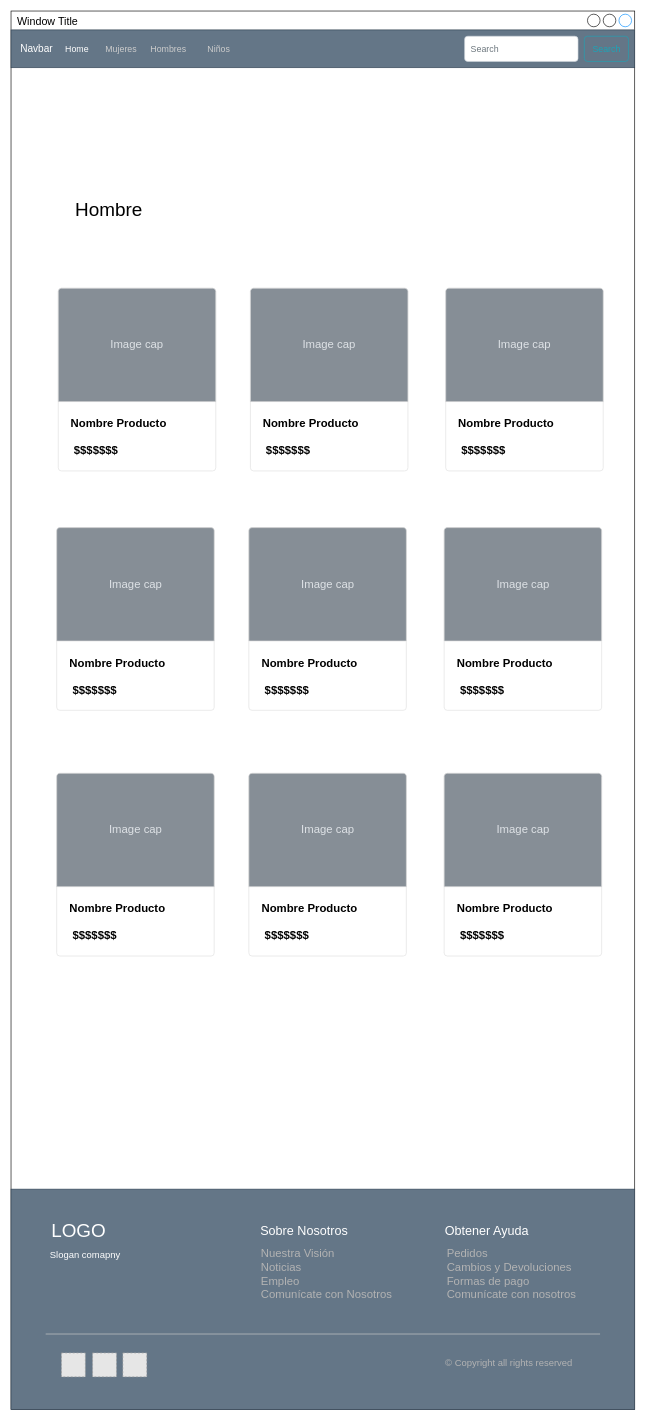
Before: Untitled Diagram.drawio in Drakeout/proyecto-grupo-Hellmanns, a draw.io diagram. Source tidied: cells renumbered, new cells numbered last; positions are measured from the earlier drawing's top-left corner, leaving out a move shared by most shapes. Both pictures are drawn from the tidied source at 63%, with x=0, y=0 at pixel (11, 11). Pictures stored in the file or linked from it are replaced by grey dashed boxes.
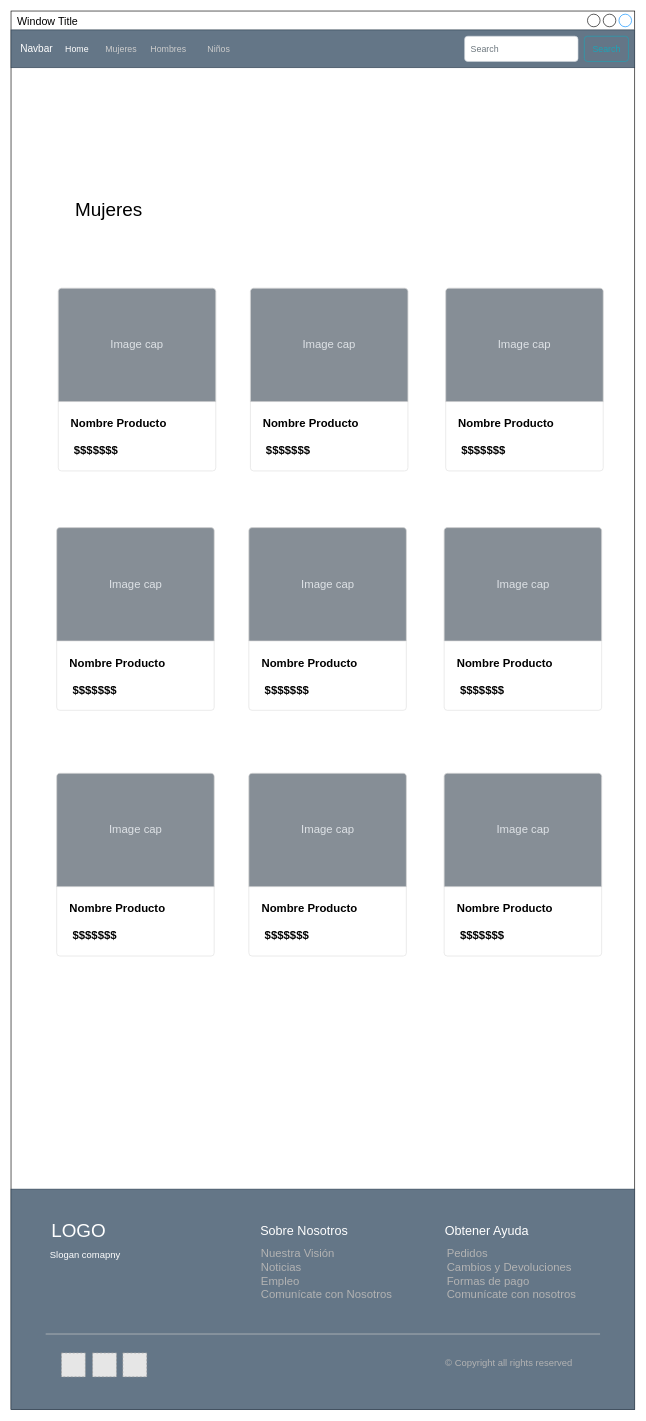
The same page after the edit.

Diff of the diagram source:
```diff
@@
-    <mxCell id="10" value="&lt;span style=&quot;font-size: 30px&quot;&gt;Hombre&lt;/span&gt;" style="text;html=1;align=center;verticalAlign=middle;strokeColor=none;" parent="1" vertex="1">
+    <mxCell id="10" value="&lt;span style=&quot;font-size: 30px&quot;&gt;Mujeres&lt;/span&gt;" style="text;html=1;align=center;verticalAlign=middle;strokeColor=none;" parent="1" vertex="1">
       <mxGeometry x="95" y="300" width="120" height="30" as="geometry" />
     </mxCell>
```
